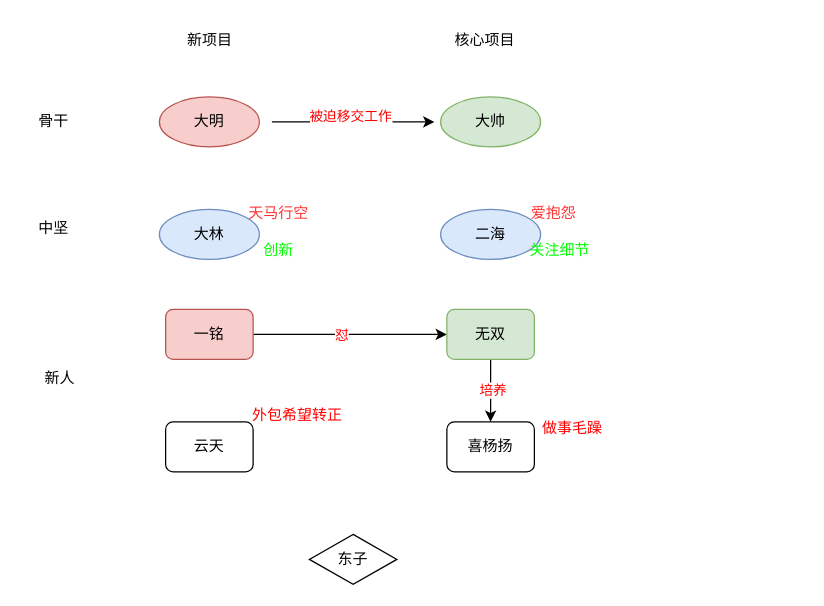
Before: DMW-55-D2-关系图.drawio in labud/pictures, a draw.io diagram. Source tidied: cells renumbered, new cells numbered last; positions are measured from the earlier drawing's top-left corner, leaving out a move shared by most shapes. Both pictures are drawn from the tidied source at 125%, with x=0, y=0 at pixel (21, 21).
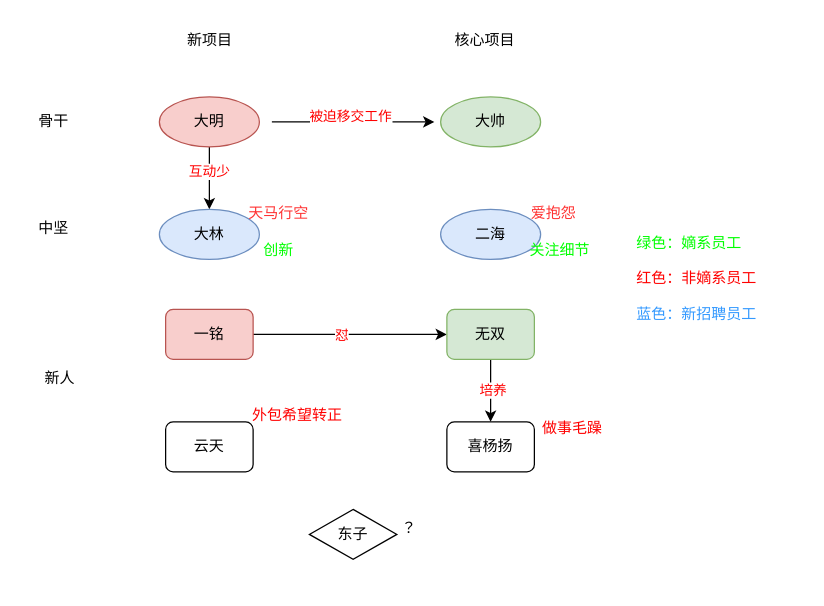
The same diagram, later.

The change refers to these unchanged cells:
```xml
<mxCell id="2" value="大明" style="ellipse;whiteSpace=wrap;html=1;fillColor=#f8cecc;strokeColor=#b85450;" parent="1" vertex="1">
  <mxGeometry x="110" y="60" width="80" height="40" as="geometry" />
</mxCell>
<mxCell id="4" value="大林" style="ellipse;whiteSpace=wrap;html=1;fillColor=#dae8fc;strokeColor=#6c8ebf;" parent="1" vertex="1">
  <mxGeometry x="110" y="150" width="80" height="40" as="geometry" />
</mxCell>
```

Change to the diagram source:
```diff
@@
+    <mxCell id="28" style="edgeStyle=orthogonalEdgeStyle;rounded=0;jettySize=auto;html=1;exitX=0.5;exitY=1;exitDx=0;exitDy=0;" parent="1" edge="1" source="2" target="4">
+      <mxGeometry relative="1" as="geometry" />
+    </mxCell>
+    <mxCell id="29" value="&lt;font color=&quot;#ff0000&quot;&gt;互动少&lt;/font&gt;" style="edgeLabel;html=1;align=center;verticalAlign=middle;" parent="28" vertex="1">
+      <mxGeometry x="-0.24" y="-1" relative="1" as="geometry" />
+    </mxCell>
@@
     <mxCell id="14" value="东子" style="rhombus;whiteSpace=wrap;html=1;" parent="1" vertex="1">
-      <mxGeometry x="230" y="410" width="70" height="40" as="geometry" />
+      <mxGeometry x="230" y="390" width="70" height="40" as="geometry" />
     </mxCell>
@@
+    <mxCell id="30" value="&lt;div&gt;&lt;font color=&quot;#00ff00&quot;&gt;绿色：嫡系员工&lt;/font&gt;&lt;/div&gt;&lt;div&gt;&lt;font color=&quot;#00ff00&quot;&gt;&lt;br&gt;&lt;/font&gt;&lt;/div&gt;&lt;font color=&quot;#ff0000&quot;&gt;红色：非嫡系员工&lt;/font&gt;&lt;div&gt;&lt;font color=&quot;#ff0000&quot;&gt;&lt;br&gt;&lt;/font&gt;&lt;div&gt;&lt;div&gt;&lt;font color=&quot;#3399ff&quot;&gt;蓝色：新招聘员工&lt;/font&gt;&lt;/div&gt;&lt;/div&gt;&lt;/div&gt;" style="text;html=1;align=left;verticalAlign=middle;whiteSpace=wrap;rounded=0;" parent="1" vertex="1">
+      <mxGeometry x="490" y="190" width="135" height="30" as="geometry" />
+    </mxCell>
+    <mxCell id="31" value="？" style="text;html=1;align=center;verticalAlign=middle;whiteSpace=wrap;rounded=0;" parent="1" vertex="1">
+      <mxGeometry x="280" y="390" width="60" height="30" as="geometry" />
+    </mxCell>
```
